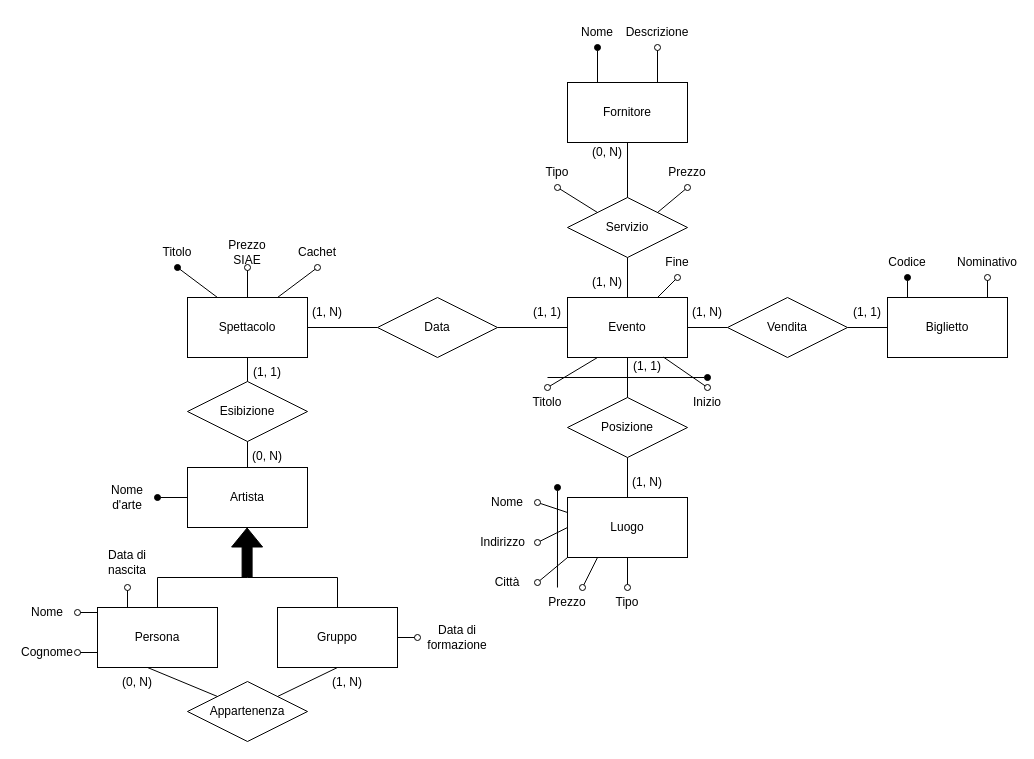
Before: ERFornitore.drawio in lucat1/unibo_90107_progetto, a draw.io diagram. Source tidied: cells renumbered, new cells numbered last; positions are measured from the earlier drawing's top-left corner, leaving out a move shared by most shapes. Both pictures are drawn from the tidied source at 100%, with x=0, y=0 at pixel (17, 17).
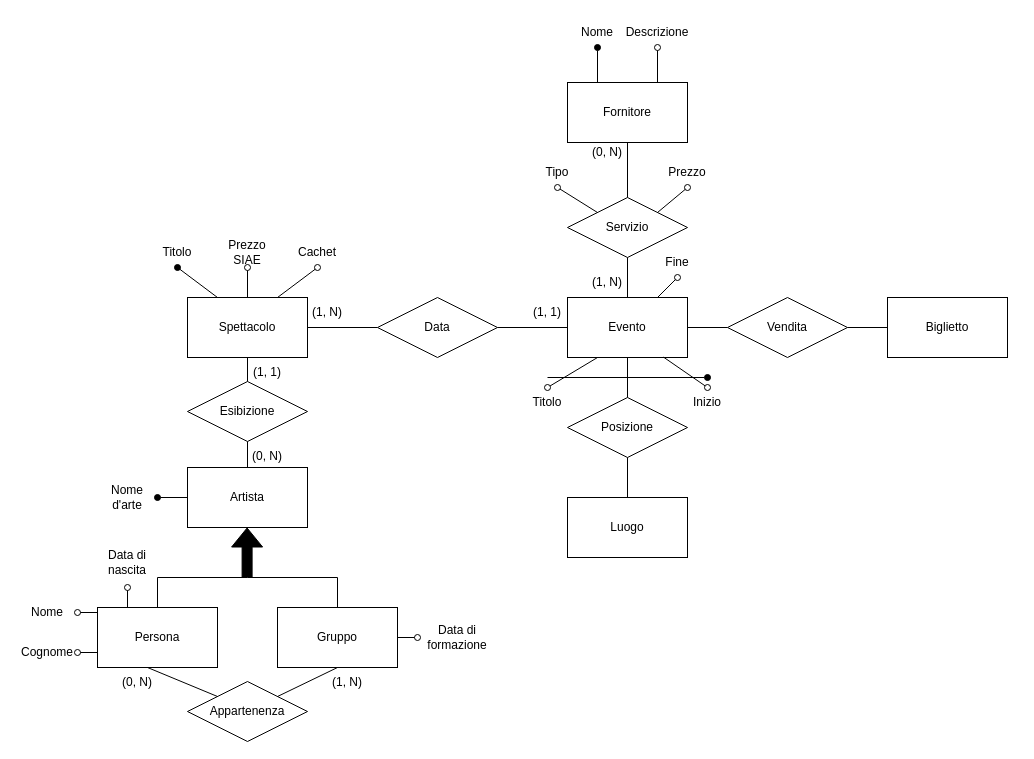
The same page after the edit.

The change refers to these unchanged cells:
```xml
<mxCell id="39" value="Luogo" style="rounded=0;whiteSpace=wrap;html=1;" parent="1" vertex="1">
  <mxGeometry x="550" y="480" width="120" height="60" as="geometry" />
</mxCell>
```

The edit, as a diff of the source:
```diff
@@
-    <mxCell id="30" value="&lt;div&gt;(1, N)&lt;/div&gt;" style="text;html=1;strokeColor=none;fillColor=none;align=center;verticalAlign=middle;whiteSpace=wrap;rounded=0;" parent="1" vertex="1">
-      <mxGeometry x="660" y="280" width="60" height="30" as="geometry" />
-    </mxCell>
-    <mxCell id="31" value="(1, 1)" style="text;html=1;strokeColor=none;fillColor=none;align=center;verticalAlign=middle;whiteSpace=wrap;rounded=0;" parent="1" vertex="1">
-      <mxGeometry x="820" y="280" width="60" height="30" as="geometry" />
-    </mxCell>
@@
-    <mxCell id="43" value="&lt;div&gt;(1, N)&lt;/div&gt;" style="text;html=1;strokeColor=none;fillColor=none;align=center;verticalAlign=middle;whiteSpace=wrap;rounded=0;" parent="1" vertex="1">
-      <mxGeometry x="600" y="450" width="60" height="30" as="geometry" />
-    </mxCell>
-    <mxCell id="44" value="&lt;div&gt;(1, 1)&lt;/div&gt;" style="text;html=1;strokeColor=none;fillColor=none;align=center;verticalAlign=middle;whiteSpace=wrap;rounded=0;" parent="1" vertex="1">
-      <mxGeometry x="600" y="334" width="60" height="30" as="geometry" />
-    </mxCell>
-    <mxCell id="45" style="endArrow=oval;html=1;rounded=0;exitX=0.25;exitY=0;exitDx=0;exitDy=0;entryX=0.5;entryY=1;entryDx=0;entryDy=0;endFill=1;" parent="1" edge="1" target="46">
-      <mxGeometry relative="1" as="geometry">
-        <mxPoint x="890" y="280" as="sourcePoint" />
-      </mxGeometry>
-    </mxCell>
-    <mxCell id="46" value="&lt;div&gt;Codice&lt;/div&gt;" style="text;html=1;strokeColor=none;fillColor=none;align=center;verticalAlign=middle;whiteSpace=wrap;rounded=0;" parent="1" vertex="1">
-      <mxGeometry x="860" y="230" width="60" height="30" as="geometry" />
-    </mxCell>
-    <mxCell id="47" value="Nome" style="text;html=1;strokeColor=none;fillColor=none;align=center;verticalAlign=middle;whiteSpace=wrap;rounded=0;" parent="1" vertex="1">
-      <mxGeometry x="460" y="470" width="60" height="30" as="geometry" />
-    </mxCell>
-    <mxCell id="48" value="Città" style="text;html=1;strokeColor=none;fillColor=none;align=center;verticalAlign=middle;whiteSpace=wrap;rounded=0;" parent="1" vertex="1">
-      <mxGeometry x="460" y="550" width="60" height="30" as="geometry" />
-    </mxCell>
-    <mxCell id="49" value="Prezzo" style="text;html=1;strokeColor=none;fillColor=none;align=center;verticalAlign=middle;whiteSpace=wrap;rounded=0;" parent="1" vertex="1">
-      <mxGeometry x="520" y="570" width="60" height="30" as="geometry" />
-    </mxCell>
-    <mxCell id="50" style="endArrow=oval;html=1;rounded=0;exitX=0;exitY=0.25;exitDx=0;exitDy=0;entryX=1;entryY=0.5;entryDx=0;entryDy=0;endFill=0;" parent="1" edge="1" source="39" target="47">
-      <mxGeometry relative="1" as="geometry" />
-    </mxCell>
-    <mxCell id="51" style="endArrow=oval;html=1;rounded=0;exitX=0;exitY=1;exitDx=0;exitDy=0;entryX=1;entryY=0.5;entryDx=0;entryDy=0;endFill=0;" parent="1" edge="1" source="39" target="48">
-      <mxGeometry relative="1" as="geometry" />
-    </mxCell>
-    <mxCell id="52" style="endArrow=oval;html=1;rounded=0;entryX=0.75;entryY=0;entryDx=0;entryDy=0;endFill=0;exitX=0.25;exitY=1;exitDx=0;exitDy=0;" parent="1" edge="1" source="39" target="49">
-      <mxGeometry relative="1" as="geometry" />
-    </mxCell>
-    <mxCell id="53" style="endArrow=oval;html=1;rounded=0;endFill=1;exitX=0.333;exitY=0;exitDx=0;exitDy=0;exitPerimeter=0;" parent="1" edge="1" source="49">
-      <mxGeometry relative="1" as="geometry">
-        <mxPoint x="540" y="470" as="targetPoint" />
-      </mxGeometry>
-    </mxCell>
@@
-    <mxCell id="61" value="Nominativo" style="text;html=1;strokeColor=none;fillColor=none;align=center;verticalAlign=middle;whiteSpace=wrap;rounded=0;" parent="1" vertex="1">
-      <mxGeometry x="940" y="230" width="60" height="30" as="geometry" />
-    </mxCell>
-    <mxCell id="62" style="endArrow=oval;html=1;rounded=0;endFill=0;exitX=0.5;exitY=1;exitDx=0;exitDy=0;entryX=0.5;entryY=0;entryDx=0;entryDy=0;" parent="1" edge="1" source="39" target="63">
-      <mxGeometry relative="1" as="geometry" />
-    </mxCell>
-    <mxCell id="63" value="Tipo" style="text;html=1;strokeColor=none;fillColor=none;align=center;verticalAlign=middle;whiteSpace=wrap;rounded=0;" parent="1" vertex="1">
-      <mxGeometry x="580" y="570" width="60" height="30" as="geometry" />
-    </mxCell>
@@
-    <mxCell id="66" style="endArrow=oval;html=1;rounded=0;exitX=0.75;exitY=0;exitDx=0;exitDy=0;entryX=0.5;entryY=1;entryDx=0;entryDy=0;endFill=0;" parent="1" edge="1" target="61">
-      <mxGeometry relative="1" as="geometry">
-        <mxPoint x="970" y="280" as="sourcePoint" />
-        <Array as="points">
-          <mxPoint x="970" y="280" />
-        </Array>
-      </mxGeometry>
-    </mxCell>
-    <mxCell id="67" value="Indirizzo" style="text;html=1;align=center;verticalAlign=middle;strokeColor=none;fillColor=none;" parent="1" vertex="1">
-      <mxGeometry x="450" y="510" width="70" height="30" as="geometry" />
-    </mxCell>
-    <mxCell id="68" style="endArrow=oval;html=1;rounded=0;exitX=0;exitY=0.5;exitDx=0;exitDy=0;endFill=0;" parent="1" edge="1" source="39">
-      <mxGeometry relative="1" as="geometry">
-        <mxPoint x="520" y="525" as="targetPoint" />
-      </mxGeometry>
-    </mxCell>
```
